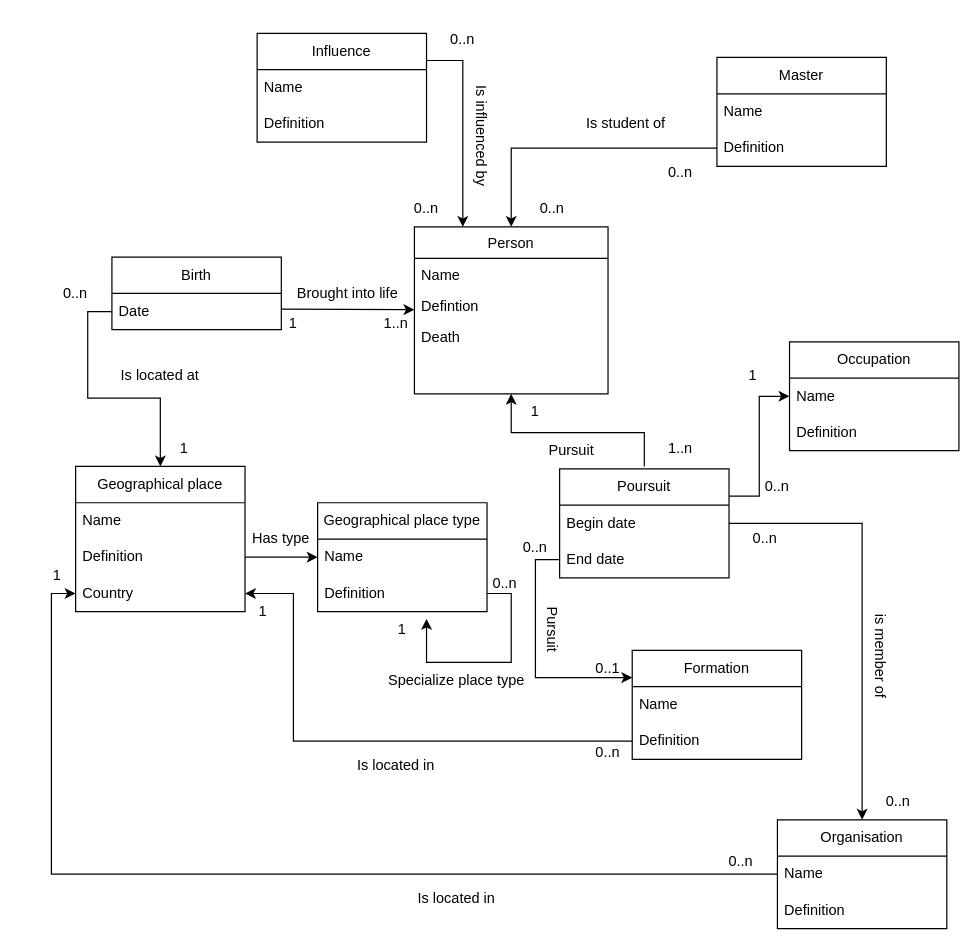
Above: schema_relationnel.drawio in ma-maillard/maillard_math (draw.io), before the change. Source tidied: cells renumbered, new cells numbered last; positions are measured from the earlier drawing's top-left corner, leaving out a move shared by most shapes. Both pictures are drawn from the tidied source at 121%, with x=0, y=0 at pixel (21, 21).
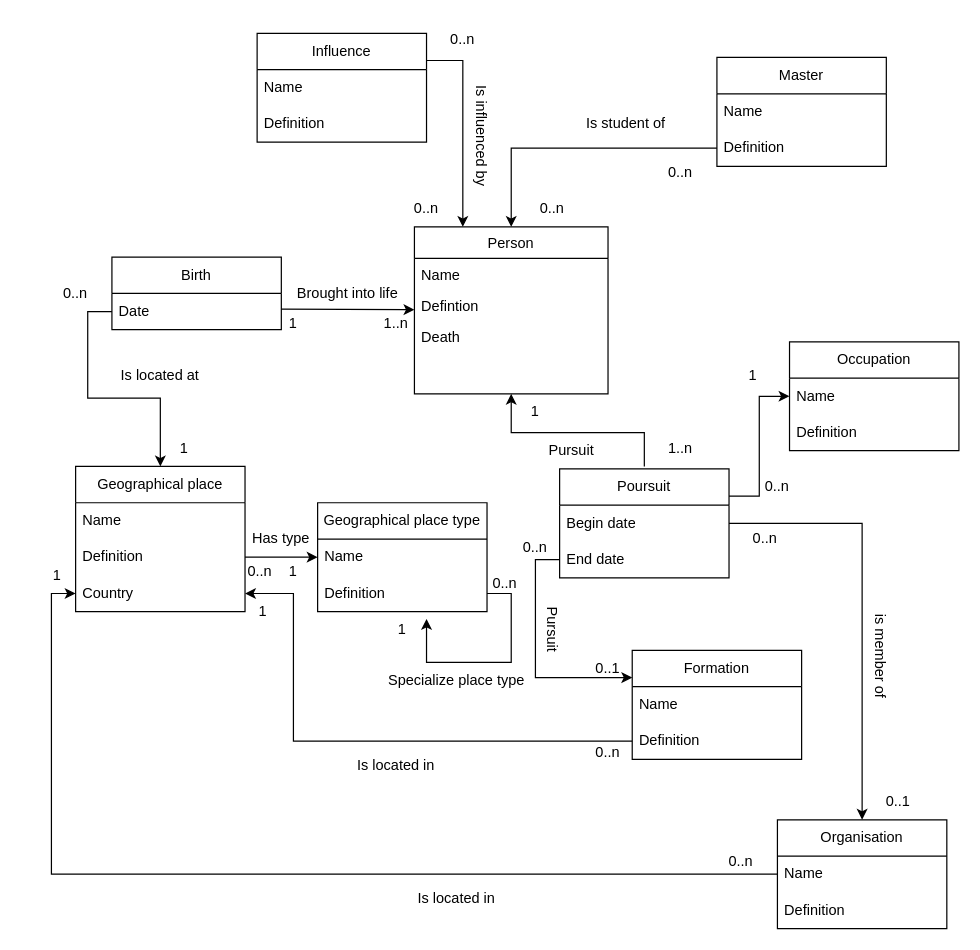
Above is the later version.

Commit message:
Mettre à jour schema_relationnel.drawio

What changed in the source:
```diff
@@
-    <mxCell id="68" value="0..n" style="text;html=1;strokeColor=none;fillColor=none;align=center;verticalAlign=middle;whiteSpace=wrap;rounded=0;" parent="1" vertex="1">
+    <mxCell id="68" value="0..1" style="text;html=1;strokeColor=none;fillColor=none;align=center;verticalAlign=middle;whiteSpace=wrap;rounded=0;" parent="1" vertex="1">
       <mxGeometry x="695" y="630" width="60" height="30" as="geometry" />
     </mxCell>
@@
+    <mxCell id="78" value="0..n" style="text;html=1;strokeColor=none;fillColor=none;align=center;verticalAlign=middle;whiteSpace=wrap;rounded=0;" parent="1" vertex="1">
+      <mxGeometry x="185" y="440" width="25" height="30" as="geometry" />
+    </mxCell>
+    <mxCell id="79" value="1" style="text;html=1;strokeColor=none;fillColor=none;align=center;verticalAlign=middle;whiteSpace=wrap;rounded=0;" parent="1" vertex="1">
+      <mxGeometry x="210" y="440" width="30" height="30" as="geometry" />
+    </mxCell>
```
